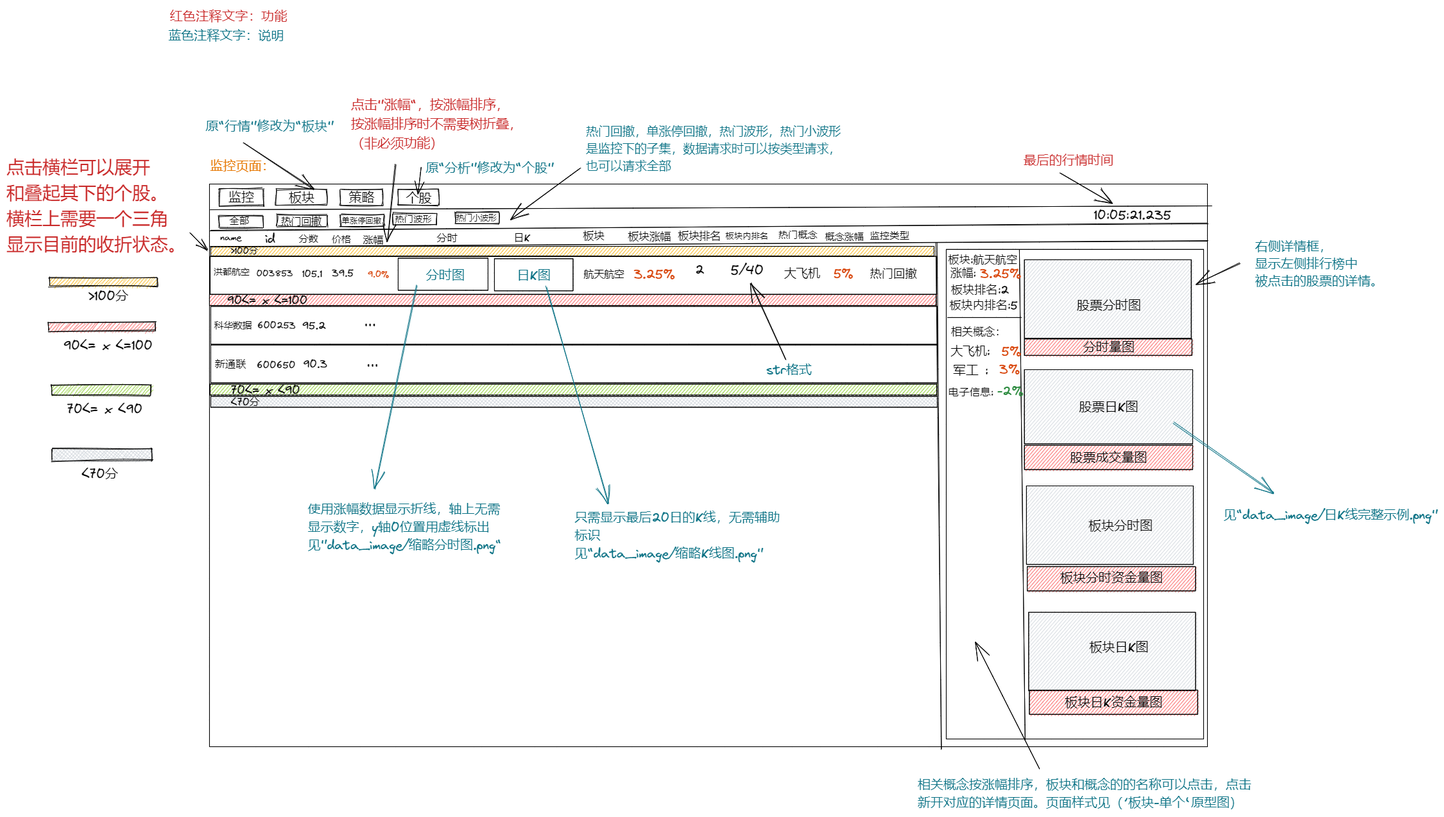
This is data_image/原型图(主页面).png from robin-phoe/stock_web, a Excalidraw export, as it was before one commit. Source tidied: one line per element, renumbered; positions are measured from the earlier drawing's top-left corner, leaving out a move shared by most shapes.
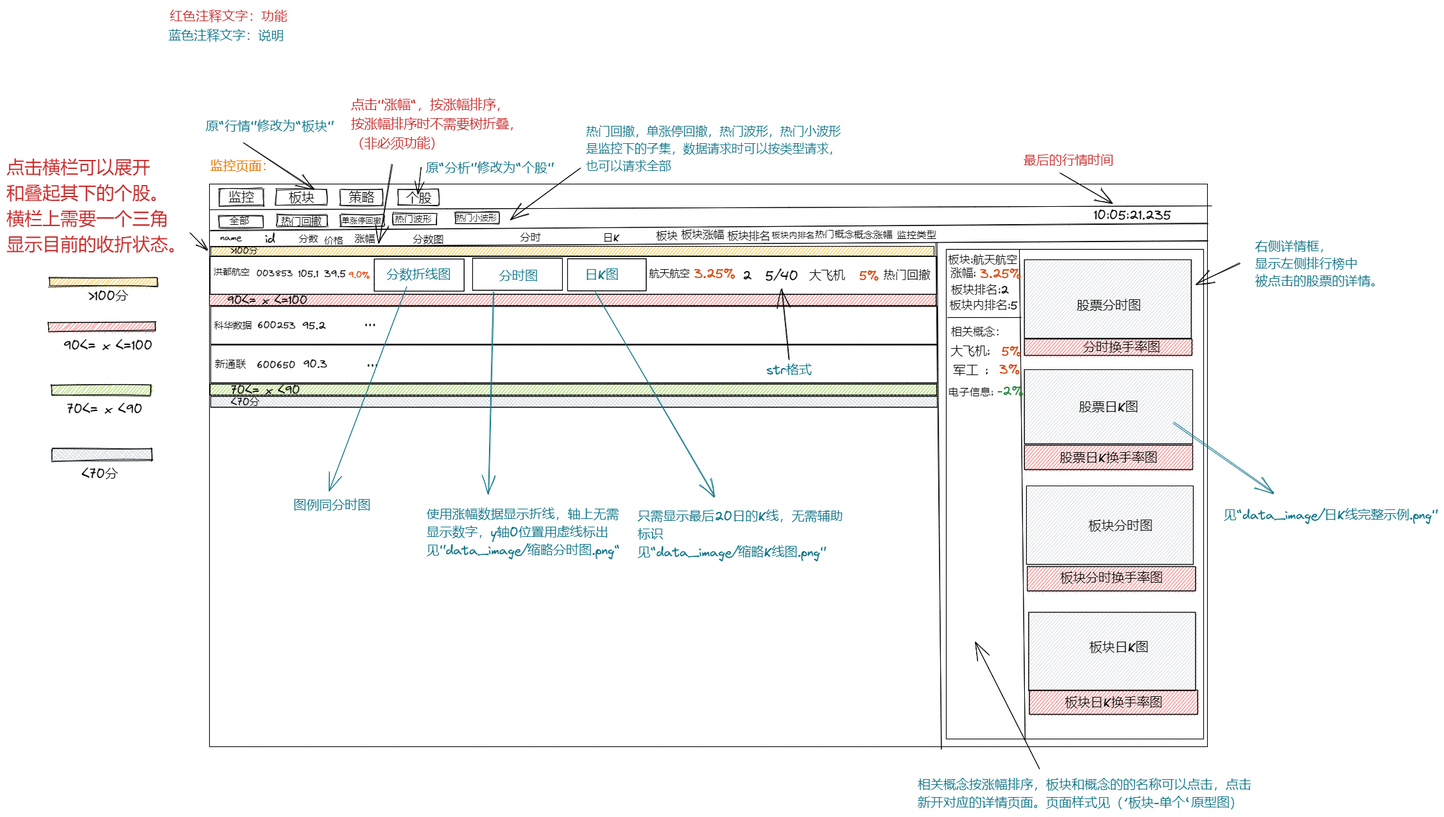
After the change.

Commit message:
原型图增加分数图

The edit, as a diff of the source:
```diff
@@ -44,27 +44,27 @@
 {"id": 43, "type": "text", "text": "分数", "strokeColor": "#000000", "backgroundColor": "#fa5252", "fillStyle": "hachure", "strokeWidth": 1, "roughness": 0, "fontSize": 15.42, "fontFamily": 1, "x": 455, "y": 351, "width": 31, "height": 22}
-{"id": 44, "type": "text", "text": "价格", "strokeColor": "#000000", "backgroundColor": "#fa5252", "fillStyle": "hachure", "strokeWidth": 1, "roughness": 0, "fontSize": 14.58, "fontFamily": 1, "x": 507, "y": 352, "width": 29, "height": 20}
+{"id": 44, "type": "text", "text": "价格", "strokeColor": "#000000", "backgroundColor": "#fa5252", "fillStyle": "hachure", "strokeWidth": 1, "roughness": 0, "fontSize": 14.58, "fontFamily": 1, "x": 495, "y": 354, "width": 29, "height": 20}
-{"id": 45, "type": "text", "text": "涨幅", "strokeColor": "#000000", "backgroundColor": "#fa5252", "fillStyle": "hachure", "strokeWidth": 1, "roughness": 0, "fontSize": 15.83, "fontFamily": 1, "x": 555, "y": 353, "width": 32, "height": 22}
+{"id": 45, "type": "text", "text": "涨幅", "strokeColor": "#000000", "backgroundColor": "#fa5252", "fillStyle": "hachure", "strokeWidth": 1, "roughness": 0, "fontSize": 15.83, "fontFamily": 1, "x": 542, "y": 351, "width": 32, "height": 22}
-{"id": 46, "type": "text", "text": "分时", "strokeColor": "#000000", "backgroundColor": "#fa5252", "fillStyle": "hachure", "strokeWidth": 1, "roughness": 0, "fontSize": 16.25, "fontFamily": 1, "x": 670, "y": 349, "width": 32, "height": 23}
+{"id": 46, "type": "text", "text": "分时", "strokeColor": "#000000", "backgroundColor": "#fa5252", "fillStyle": "hachure", "strokeWidth": 1, "roughness": 0, "fontSize": 16.25, "fontFamily": 1, "x": 800, "y": 348, "width": 32, "height": 23}
-{"id": 47, "type": "text", "text": "日K", "strokeColor": "#000000", "backgroundColor": "#fa5252", "fillStyle": "hachure", "strokeWidth": 1, "roughness": 0, "fontSize": 15.83, "fontFamily": 1, "x": 790, "y": 349, "width": 25, "height": 22}
+{"id": 47, "type": "text", "text": "日K", "strokeColor": "#000000", "backgroundColor": "#fa5252", "fillStyle": "hachure", "strokeWidth": 1, "roughness": 0, "fontSize": 15.83, "fontFamily": 1, "x": 929, "y": 349, "width": 25, "height": 22}
-{"id": 48, "type": "text", "text": "板块", "strokeColor": "#000000", "backgroundColor": "#fa5252", "fillStyle": "hachure", "strokeWidth": 1, "roughness": 0, "fontSize": 16.67, "fontFamily": 1, "x": 898, "y": 346, "width": 33, "height": 23}
+{"id": 48, "type": "text", "text": "板块", "strokeColor": "#000000", "backgroundColor": "#fa5252", "fillStyle": "hachure", "strokeWidth": 1, "roughness": 0, "fontSize": 16.67, "fontFamily": 1, "x": 1012, "y": 346, "width": 33, "height": 23}
-{"id": 49, "type": "text", "text": "板块涨幅", "strokeColor": "#000000", "backgroundColor": "#fa5252", "fillStyle": "hachure", "strokeWidth": 1, "roughness": 0, "fontSize": 16.67, "fontFamily": 1, "x": 968, "y": 347, "width": 67, "height": 23}
+{"id": 49, "type": "text", "text": "板块涨幅", "strokeColor": "#000000", "backgroundColor": "#fa5252", "fillStyle": "hachure", "strokeWidth": 1, "roughness": 0, "fontSize": 16.67, "fontFamily": 1, "x": 1051, "y": 344, "width": 67, "height": 23}
-{"id": 50, "type": "text", "text": "板块排名", "strokeColor": "#000000", "backgroundColor": "#fa5252", "fillStyle": "hachure", "strokeWidth": 1, "roughness": 0, "fontSize": 16.67, "fontFamily": 1, "x": 1046, "y": 346, "width": 67, "height": 23}
+{"id": 50, "type": "text", "text": "板块排名", "strokeColor": "#000000", "backgroundColor": "#fa5252", "fillStyle": "hachure", "strokeWidth": 1, "roughness": 0, "fontSize": 16.67, "fontFamily": 1, "x": 1123, "y": 346, "width": 67, "height": 23}
-{"id": 51, "type": "text", "text": "热门概念", "strokeColor": "#000000", "backgroundColor": "#fa5252", "fillStyle": "hachure", "strokeWidth": 1, "roughness": 0, "fontSize": 15.2, "fontFamily": 1, "x": 1203, "y": 346, "width": 61, "height": 21}
+{"id": 51, "type": "text", "text": "热门概念", "strokeColor": "#000000", "backgroundColor": "#fa5252", "fillStyle": "hachure", "strokeWidth": 1, "roughness": 0, "fontSize": 15.2, "fontFamily": 1, "x": 1260, "y": 345, "width": 61, "height": 21}
-{"id": 52, "type": "text", "text": "监控类型", "strokeColor": "#000000", "backgroundColor": "#fa5252", "fillStyle": "hachure", "strokeWidth": 1, "roughness": 0, "fontSize": 15.42, "fontFamily": 1, "x": 1345, "y": 346, "width": 62, "height": 22}
+{"id": 52, "type": "text", "text": "监控类型", "strokeColor": "#000000", "backgroundColor": "#fa5252", "fillStyle": "hachure", "strokeWidth": 1, "roughness": 0, "fontSize": 15.42, "fontFamily": 1, "x": 1387, "y": 345, "width": 62, "height": 22}
-{"id": 53, "type": "text", "text": "概念涨幅", "strokeColor": "#000000", "backgroundColor": "#fa5252", "fillStyle": "hachure", "strokeWidth": 1, "roughness": 0, "fontSize": 15.0, "fontFamily": 1, "x": 1275, "y": 348, "width": 60, "height": 22}
+{"id": 53, "type": "text", "text": "概念涨幅", "strokeColor": "#000000", "backgroundColor": "#fa5252", "fillStyle": "hachure", "strokeWidth": 1, "roughness": 0, "fontSize": 15.0, "fontFamily": 1, "x": 1320, "y": 345, "width": 60, "height": 22}
 {"id": 54, "type": "text", "text": "洪都航空", "strokeColor": "#000000", "backgroundColor": "#fa5252", "fillStyle": "hachure", "strokeWidth": 1, "roughness": 0, "fontSize": 14.05, "fontFamily": 1, "x": 323, "y": 404, "width": 56, "height": 20}
 {"id": 55, "type": "text", "text": "003853", "strokeColor": "#000000", "backgroundColor": "#fa5252", "fillStyle": "hachure", "strokeWidth": 1, "roughness": 0, "fontSize": 13.7, "fontFamily": 1, "x": 390, "y": 408, "width": 56, "height": 17}
-{"id": 56, "type": "text", "text": "105.1", "strokeColor": "#000000", "backgroundColor": "#fa5252", "fillStyle": "hachure", "strokeWidth": 1, "roughness": 0, "fontSize": 14.84, "fontFamily": 1, "x": 460, "y": 409, "width": 31, "height": 19}
+{"id": 56, "type": "text", "text": "105.1", "strokeColor": "#000000", "backgroundColor": "#fa5252", "fillStyle": "hachure", "strokeWidth": 1, "roughness": 0, "fontSize": 14.84, "fontFamily": 1, "x": 454, "y": 409, "width": 31, "height": 19}
-{"id": 57, "type": "text", "text": "39.5", "strokeColor": "#000000", "backgroundColor": "#fa5252", "fillStyle": "hachure", "strokeWidth": 1, "roughness": 0, "fontSize": 15.45, "fontFamily": 1, "x": 507, "y": 406, "width": 34, "height": 19}
+{"id": 57, "type": "text", "text": "39.5", "strokeColor": "#000000", "backgroundColor": "#fa5252", "fillStyle": "hachure", "strokeWidth": 1, "roughness": 0, "fontSize": 15.45, "fontFamily": 1, "x": 495, "y": 407, "width": 34, "height": 19}
-{"id": 58, "type": "text", "text": "9.0%", "strokeColor": "#d9480f", "backgroundColor": "#fa5252", "fillStyle": "hachure", "strokeWidth": 1, "roughness": 0, "fontSize": 13.33, "fontFamily": 1, "x": 563, "y": 409, "width": 33, "height": 17}
+{"id": 58, "type": "text", "text": "9.0%", "strokeColor": "#d9480f", "backgroundColor": "#fa5252", "fillStyle": "hachure", "strokeWidth": 1, "roughness": 0, "fontSize": 13.33, "fontFamily": 1, "x": 533, "y": 410, "width": 33, "height": 17}
-{"id": 59, "type": "rectangle", "strokeColor": "#000000", "strokeWidth": 1, "roughness": 0, "x": 610, "y": 392, "width": 140, "height": 50}
+{"id": 59, "type": "rectangle", "strokeColor": "#000000", "strokeWidth": 1, "roughness": 0, "x": 726, "y": 392, "width": 140, "height": 50}
-{"id": 60, "type": "rectangle", "strokeColor": "#000000", "strokeWidth": 1, "roughness": 0, "x": 760, "y": 393, "width": 122, "height": 50}
+{"id": 60, "type": "rectangle", "strokeColor": "#000000", "strokeWidth": 1, "roughness": 0, "x": 874, "y": 393, "width": 122, "height": 50}
-{"id": 61, "type": "text", "text": "分时图", "strokeColor": "#0b7285", "strokeWidth": 1, "roughness": 0, "fontSize": 20.16, "fontFamily": 1, "textAlign": "center", "verticalAlign": "middle", "x": 654, "y": 404, "width": 60, "height": 28}
+{"id": 61, "type": "text", "text": "分时图", "strokeColor": "#0b7285", "strokeWidth": 1, "roughness": 0, "fontSize": 20.16, "fontFamily": 1, "textAlign": "center", "verticalAlign": "middle", "x": 768, "y": 405, "width": 60, "height": 28}
-{"id": 62, "type": "text", "text": "日K图", "strokeColor": "#0b7285", "strokeWidth": 1, "roughness": 0, "fontSize": 20, "fontFamily": 1, "textAlign": "center", "verticalAlign": "middle", "x": 796, "y": 404, "width": 52, "height": 28}
+{"id": 62, "type": "text", "text": "日K图", "strokeColor": "#0b7285", "strokeWidth": 1, "roughness": 0, "fontSize": 20, "fontFamily": 1, "textAlign": "center", "verticalAlign": "middle", "x": 902, "y": 403, "width": 52, "height": 28}
-{"id": 63, "type": "text", "text": "航天航空", "strokeColor": "#000000", "strokeWidth": 1, "roughness": 0, "fontSize": 15.83, "fontFamily": 1, "x": 900, "y": 406, "width": 63, "height": 22}
+{"id": 63, "type": "text", "text": "航天航空", "strokeColor": "#000000", "strokeWidth": 1, "roughness": 0, "fontSize": 15.83, "fontFamily": 1, "x": 1002, "y": 405, "width": 63, "height": 22}
-{"id": 64, "type": "text", "text": "3.25%", "strokeColor": "#d9480f", "strokeWidth": 1, "roughness": 0, "fontSize": 20, "fontFamily": 1, "x": 977, "y": 405, "width": 64, "height": 25}
+{"id": 64, "type": "text", "text": "3.25%", "strokeColor": "#d9480f", "strokeWidth": 1, "roughness": 0, "fontSize": 20, "fontFamily": 1, "x": 1071, "y": 404, "width": 64, "height": 25}
-{"id": 65, "type": "text", "text": "2", "strokeColor": "#000000", "strokeWidth": 1, "roughness": 0, "fontSize": 20, "fontFamily": 1, "x": 1073, "y": 398, "width": 14, "height": 25}
+{"id": 65, "type": "text", "text": "2", "strokeColor": "#000000", "strokeWidth": 1, "roughness": 0, "fontSize": 20, "fontFamily": 1, "x": 1147, "y": 407, "width": 14, "height": 25}
-{"id": 66, "type": "text", "text": "大飞机", "strokeColor": "#000000", "strokeWidth": 1, "roughness": 0, "fontSize": 18.61, "fontFamily": 1, "x": 1212, "y": 403, "width": 56, "height": 26}
+{"id": 66, "type": "text", "text": "大飞机", "strokeColor": "#000000", "strokeWidth": 1, "roughness": 0, "fontSize": 18.61, "fontFamily": 1, "x": 1251, "y": 406, "width": 56, "height": 26}
-{"id": 67, "type": "text", "text": "5%", "strokeColor": "#d9480f", "strokeWidth": 1, "roughness": 0, "fontSize": 20, "fontFamily": 1, "x": 1289, "y": 404, "width": 31, "height": 25}
+{"id": 67, "type": "text", "text": "5%", "strokeColor": "#d9480f", "strokeWidth": 1, "roughness": 0, "fontSize": 20, "fontFamily": 1, "x": 1329, "y": 407, "width": 31, "height": 25}
-{"id": 68, "type": "text", "text": "热门回撤", "strokeColor": "#000000", "strokeWidth": 1, "roughness": 0, "fontSize": 18.33, "fontFamily": 1, "x": 1345, "y": 404, "width": 73, "height": 26}
+{"id": 68, "type": "text", "text": "热门回撤", "strokeColor": "#000000", "strokeWidth": 1, "roughness": 0, "fontSize": 18.33, "fontFamily": 1, "x": 1366, "y": 406, "width": 73, "height": 26}
 {"id": 69, "type": "text", "text": "3.25%", "strokeColor": "#d9480f", "strokeWidth": 1, "roughness": 0, "fontSize": 20, "fontFamily": 1, "x": 1517, "y": 404, "width": 64, "height": 25}
@@ -87,9 +87,9 @@
 {"id": 86, "type": "text", "text": "股票分时图", "strokeColor": "#000000", "strokeWidth": 1, "roughness": 1, "fontSize": 20, "fontFamily": 1, "x": 1668, "y": 451, "width": 100, "height": 28}
-{"id": 87, "type": "text", "text": "分时量图", "strokeColor": "#000000", "strokeWidth": 1, "roughness": 1, "fontSize": 20, "fontFamily": 1, "x": 1678, "y": 516, "width": 80, "height": 28}
+{"id": 87, "type": "text", "text": "分时换手率图", "strokeColor": "#000000", "strokeWidth": 1, "roughness": 1, "fontSize": 20, "fontFamily": 1, "x": 1678, "y": 516, "width": 120, "height": 28}
 {"id": 88, "type": "text", "text": "股票日K图", "strokeColor": "#000000", "strokeWidth": 1, "roughness": 1, "fontSize": 20, "fontFamily": 1, "textAlign": "center", "verticalAlign": "middle", "x": 1671, "y": 609, "width": 92, "height": 28}
-{"id": 89, "type": "text", "text": "股票成交量图", "strokeColor": "#000000", "strokeWidth": 1, "roughness": 1, "fontSize": 20, "fontFamily": 1, "textAlign": "center", "x": 1657, "y": 688, "width": 120, "height": 28}
+{"id": 89, "type": "text", "text": "股票日K换手率图", "strokeColor": "#000000", "strokeWidth": 1, "roughness": 1, "fontSize": 20, "fontFamily": 1, "textAlign": "center", "x": 1641, "y": 688, "width": 152, "height": 28}
 {"id": 90, "type": "text", "text": "板块分时图", "strokeColor": "#000000", "strokeWidth": 1, "roughness": 1, "fontSize": 20, "fontFamily": 1, "x": 1686, "y": 794, "width": 100, "height": 28}
-{"id": 91, "type": "text", "text": "板块分时资金量图", "strokeColor": "#000000", "strokeWidth": 1, "roughness": 1, "fontSize": 20, "fontFamily": 1, "textAlign": "center", "x": 1642, "y": 875, "width": 160, "height": 28}
+{"id": 91, "type": "text", "text": "板块分时换手率图", "strokeColor": "#000000", "strokeWidth": 1, "roughness": 1, "fontSize": 20, "fontFamily": 1, "textAlign": "center", "x": 1642, "y": 875, "width": 160, "height": 28}
 {"id": 92, "type": "text", "text": "板块日K图", "strokeColor": "#000000", "strokeWidth": 1, "roughness": 1, "fontSize": 20, "fontFamily": 1, "x": 1687, "y": 983, "width": 92, "height": 28}
-{"id": 93, "type": "text", "text": "板块日K资金量图", "strokeColor": "#000000", "strokeWidth": 1, "roughness": 1, "fontSize": 20, "fontFamily": 1, "textAlign": "center", "verticalAlign": "middle", "x": 1649, "y": 1069, "width": 152, "height": 28}
+{"id": 93, "type": "text", "text": "板块日K换手率图", "strokeColor": "#000000", "strokeWidth": 1, "roughness": 1, "fontSize": 20, "fontFamily": 1, "textAlign": "center", "verticalAlign": "middle", "x": 1649, "y": 1069, "width": 152, "height": 28}
 {"id": 94, "type": "text", "text": "科华数据", "strokeColor": "#000000", "strokeWidth": 1, "roughness": 1, "fontSize": 14.69, "fontFamily": 1, "x": 323, "y": 486, "width": 59, "height": 21}
@@ -121,11 +121,11 @@
 {"id": 120, "type": "text", "text": "热门回撤，单涨停回撤，热门波形，热门小波形\n是监控下的子集，数据请求时可以按类型请求，\n也可以请求全部", "strokeColor": "#0b7285", "strokeWidth": 1, "roughness": 1, "fontSize": 18.9, "fontFamily": 1, "x": 903, "y": 180, "width": 397, "height": 81}
-{"id": 121, "type": "text", "text": "板块内排名", "strokeColor": "#000000", "strokeWidth": 1, "roughness": 1, "fontSize": 13.38, "fontFamily": 1, "x": 1121, "y": 347, "width": 66, "height": 20}
+{"id": 121, "type": "text", "text": "板块内排名", "strokeColor": "#000000", "strokeWidth": 1, "roughness": 1, "fontSize": 13.38, "fontFamily": 1, "x": 1193, "y": 346, "width": 66, "height": 20}
-{"id": 122, "type": "text", "text": "5/40", "strokeColor": "#000000", "strokeWidth": 1, "roughness": 1, "fontSize": 21.04, "fontFamily": 1, "x": 1128, "y": 399, "width": 52, "height": 26}
+{"id": 122, "type": "text", "text": "5/40", "strokeColor": "#000000", "strokeWidth": 1, "roughness": 1, "fontSize": 21.04, "fontFamily": 1, "x": 1182, "y": 408, "width": 52, "height": 26}
-{"id": 123, "type": "arrow", "strokeColor": "#000000", "strokeWidth": 1, "roughness": 1, "endArrowhead": "arrow", "from": 124, "to": 45, "x": 607, "y": 246, "width": 14, "height": 120, "points": [[0, 0], [-14, 120]]}
+{"id": 123, "type": "arrow", "strokeColor": "#000000", "strokeWidth": 1, "roughness": 1, "endArrowhead": "arrow", "from": 124, "to": 45, "x": 602, "y": 246, "width": 22, "height": 122, "points": [[0, 0], [-22, 122]]}
 {"id": 124, "type": "text", "text": "点击”涨幅“，按涨幅排序，\n按涨幅排序时不需要树折叠，\n（非必须功能）", "strokeColor": "#c92a2a", "strokeWidth": 1, "roughness": 1, "fontSize": 20.5, "fontFamily": 1, "x": 537, "y": 138, "width": 267, "height": 90}
-{"id": 125, "type": "arrow", "strokeColor": "#0b7285", "strokeWidth": 1, "roughness": 1, "endArrowhead": "arrow", "from": 61, "to": 126, "x": 640, "y": 435, "width": 66, "height": 316, "points": [[0, 0], [-66, 316]]}
+{"id": 125, "type": "arrow", "strokeColor": "#0b7285", "strokeWidth": 1, "roughness": 1, "endArrowhead": "arrow", "from": 61, "to": 126, "x": 759, "y": 445, "width": 8, "height": 314, "points": [[0, 0], [-8, 314]]}
-{"id": 126, "type": "text", "text": "使用涨幅数据显示折线，轴上无需\n显示数字，y轴0位置用虚线标出\n见”data_image/缩略分时图.png“", "strokeColor": "#0b7285", "strokeWidth": 1, "roughness": 1, "fontSize": 20, "fontFamily": 1, "x": 470, "y": 768, "width": 302, "height": 84}
+{"id": 126, "type": "text", "text": "使用涨幅数据显示折线，轴上无需\n显示数字，y轴0位置用虚线标出\n见”data_image/缩略分时图.png“", "strokeColor": "#0b7285", "strokeWidth": 1, "roughness": 1, "fontSize": 20, "fontFamily": 1, "x": 655, "y": 776, "width": 302, "height": 84}
-{"id": 127, "type": "arrow", "strokeColor": "#0b7285", "strokeWidth": 1, "roughness": 1, "endArrowhead": "arrow", "from": 62, "x": 841, "y": 436, "width": 97, "height": 339, "points": [[0, 0], [97, 339]]}
+{"id": 127, "type": "arrow", "strokeColor": "#0b7285", "strokeWidth": 1, "roughness": 1, "endArrowhead": "arrow", "from": 62, "to": 128, "x": 918, "y": 445, "width": 186, "height": 319, "points": [[0, 0], [186, 319]]}
-{"id": 128, "type": "text", "text": "只需显示最后20日的K线，无需辅助\n标识\n见“data_image/缩略K线图.png”", "strokeColor": "#0b7285", "strokeWidth": 1, "roughness": 1, "fontSize": 20, "fontFamily": 1, "x": 885, "y": 781, "width": 320, "height": 84}
+{"id": 128, "type": "text", "text": "只需显示最后20日的K线，无需辅助\n标识\n见“data_image/缩略K线图.png”", "strokeColor": "#0b7285", "strokeWidth": 1, "roughness": 1, "fontSize": 20, "fontFamily": 1, "x": 983, "y": 779, "width": 320, "height": 84}
-{"id": 129, "type": "arrow", "strokeColor": "#000000", "strokeWidth": 1, "roughness": 1, "endArrowhead": "arrow", "from": 130, "to": 122, "x": 1214, "y": 550, "width": 54, "height": 120, "points": [[0, 0], [-54, -120]]}
+{"id": 129, "type": "arrow", "strokeColor": "#000000", "strokeWidth": 1, "roughness": 1, "endArrowhead": "arrow", "from": 130, "to": 122, "x": 1219, "y": 550, "width": 11, "height": 111, "points": [[0, 0], [-11, -111]]}
 {"id": 130, "type": "text", "text": "str格式", "strokeColor": "#0b7285", "strokeWidth": 1, "roughness": 1, "fontSize": 20, "fontFamily": 1, "x": 1184, "y": 551, "width": 71, "height": 28}
@@ -139,1 +139,6 @@
 {"id": 138, "type": "text", "text": "相关概念按涨幅排序，板块和概念的的名称可以点击，点击\n新开对应的详情页面。页面样式见（’板块-单个‘原型图）", "strokeColor": "#0b7285", "strokeWidth": 1, "roughness": 0, "fontSize": 20, "fontFamily": 1, "x": 1420, "y": 1197, "width": 520, "height": 56}
+{"id": 139, "type": "rectangle", "strokeColor": "#000000", "strokeWidth": 1, "roughness": 0, "x": 573, "y": 393, "width": 140, "height": 50}
+{"id": 140, "type": "text", "text": "分数图", "strokeColor": "#000000", "strokeWidth": 1, "roughness": 0, "fontSize": 16.2, "fontFamily": 1, "x": 633, "y": 351, "width": 49, "height": 23}
+{"id": 141, "type": "text", "text": "分数折线图", "strokeColor": "#0b7285", "strokeWidth": 1, "roughness": 0, "fontSize": 20, "fontFamily": 1, "textAlign": "center", "verticalAlign": "middle", "x": 592, "y": 403, "width": 100, "height": 28}
+{"id": 142, "type": "arrow", "strokeColor": "#0b7285", "strokeWidth": 1, "roughness": 0, "endArrowhead": "arrow", "from": 141, "to": 143, "x": 624, "y": 436, "width": 121, "height": 318, "points": [[0, 0], [-121, 318]]}
+{"id": 143, "type": "text", "text": "图例同分时图", "strokeColor": "#0b7285", "strokeWidth": 1, "roughness": 0, "fontSize": 20, "fontFamily": 1, "x": 447, "y": 762, "width": 120, "height": 28}
```
